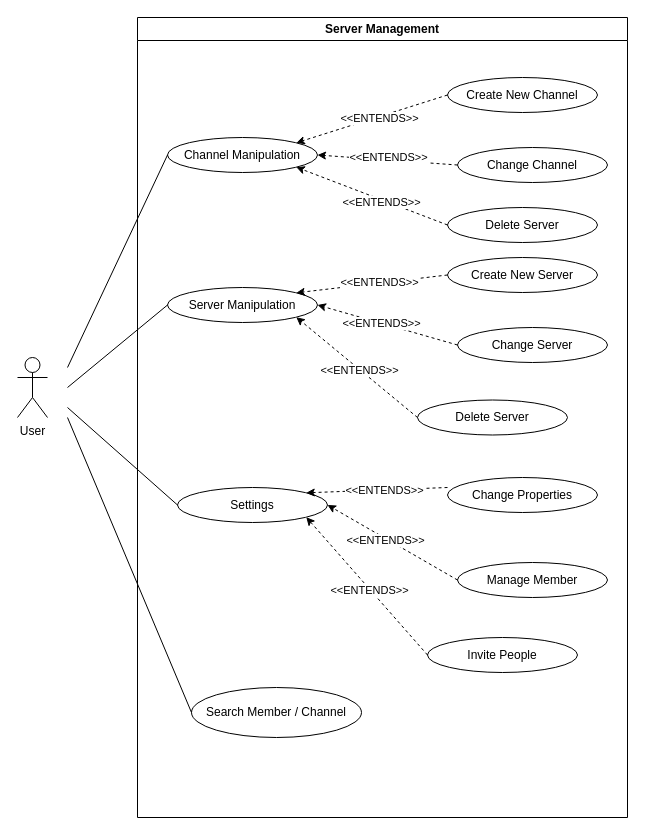
This is Usecase Diagram/Server Management.drawio from Harshul1484/BMP-, a draw.io file, before an edit. Source tidied: cells renumbered, new cells numbered last; positions are measured from the earlier drawing's top-left corner, leaving out a move shared by most shapes. Both pictures are drawn from the tidied source at 100%, with x=0, y=0 at pixel (17, 17).
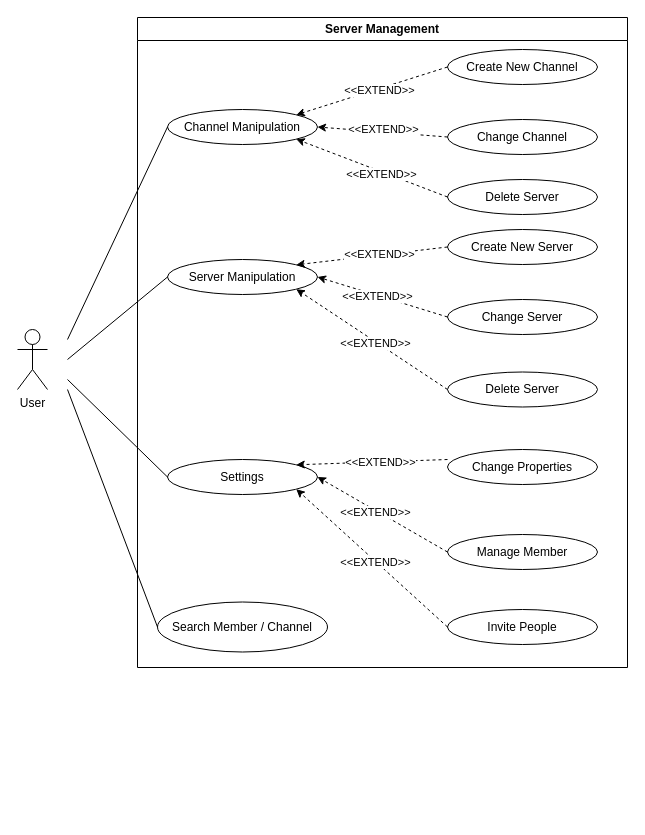
The same diagram, later.

Unchanged cells that the change refers to:
```xml
<mxCell id="16" style="endArrow=classic;html=1;rounded=0;exitX=0;exitY=0.5;exitDx=0;exitDy=0;entryX=1;entryY=0;entryDx=0;entryDy=0;dashed=1;" parent="2" edge="1" source="6" target="3">
  <mxGeometry relative="1" as="geometry" />
</mxCell>
<mxCell id="18" style="endArrow=classic;html=1;rounded=0;exitX=0;exitY=0.5;exitDx=0;exitDy=0;entryX=1;entryY=0.5;entryDx=0;entryDy=0;dashed=1;" parent="2" edge="1" source="7" target="3">
  <mxGeometry relative="1" as="geometry" />
</mxCell>
<mxCell id="20" style="endArrow=classic;html=1;rounded=0;exitX=0;exitY=0.5;exitDx=0;exitDy=0;entryX=1;entryY=1;entryDx=0;entryDy=0;dashed=1;" parent="2" edge="1" source="10" target="3">
  <mxGeometry relative="1" as="geometry" />
</mxCell>
<mxCell id="22" style="endArrow=classic;html=1;rounded=0;exitX=0;exitY=0.5;exitDx=0;exitDy=0;entryX=1;entryY=0;entryDx=0;entryDy=0;dashed=1;" parent="2" edge="1" source="8" target="4">
  <mxGeometry relative="1" as="geometry" />
</mxCell>
<mxCell id="24" style="endArrow=classic;html=1;rounded=0;exitX=0;exitY=0.5;exitDx=0;exitDy=0;entryX=1;entryY=0.5;entryDx=0;entryDy=0;dashed=1;" parent="2" edge="1" source="9" target="4">
  <mxGeometry relative="1" as="geometry" />
</mxCell>
<mxCell id="26" style="endArrow=classic;html=1;rounded=0;exitX=0;exitY=0.5;exitDx=0;exitDy=0;entryX=1;entryY=1;entryDx=0;entryDy=0;dashed=1;" parent="2" edge="1" source="11" target="4">
  <mxGeometry relative="1" as="geometry" />
</mxCell>
<mxCell id="28" style="endArrow=classic;html=1;rounded=0;exitX=0;exitY=0.286;exitDx=0;exitDy=0;exitPerimeter=0;entryX=1;entryY=0;entryDx=0;entryDy=0;dashed=1;" parent="2" edge="1" source="12" target="5">
  <mxGeometry relative="1" as="geometry" />
</mxCell>
<mxCell id="30" style="endArrow=classic;html=1;rounded=0;exitX=0;exitY=0.5;exitDx=0;exitDy=0;entryX=1;entryY=0.5;entryDx=0;entryDy=0;dashed=1;" parent="2" edge="1" source="13" target="5">
  <mxGeometry relative="1" as="geometry" />
</mxCell>
<mxCell id="32" style="endArrow=classic;html=1;rounded=0;exitX=0;exitY=0.5;exitDx=0;exitDy=0;entryX=1;entryY=1;entryDx=0;entryDy=0;dashed=1;" parent="2" edge="1" source="14" target="5">
  <mxGeometry relative="1" as="geometry" />
</mxCell>
```

The edit, as a diff of the source:
```diff
@@
-    <mxCell id="2" value="Server Management" style="swimlane;whiteSpace=wrap;html=1;" parent="1" vertex="1">
-      <mxGeometry x="120" width="490" height="800" as="geometry" />
+    <mxCell id="2" value="Server Management" style="swimlane;whiteSpace=wrap;html=1;fillColor=none;" parent="1" vertex="1">
+      <mxGeometry x="120" width="490" height="650" as="geometry" />
     </mxCell>
-    <mxCell id="3" value="Channel Manipulation" style="ellipse;whiteSpace=wrap;html=1;" parent="2" vertex="1">
-      <mxGeometry x="30" y="120" width="150" height="35" as="geometry" />
+    <mxCell id="3" value="Channel Manipulation" style="ellipse;whiteSpace=wrap;html=1;fillColor=none;" parent="2" vertex="1">
+      <mxGeometry x="30" y="92" width="150" height="35" as="geometry" />
     </mxCell>
-    <mxCell id="4" value="Server Manipulation" style="ellipse;whiteSpace=wrap;html=1;" parent="2" vertex="1">
-      <mxGeometry x="30" y="270" width="150" height="35" as="geometry" />
+    <mxCell id="4" value="Server Manipulation" style="ellipse;whiteSpace=wrap;html=1;fillColor=none;" parent="2" vertex="1">
+      <mxGeometry x="30" y="242" width="150" height="35" as="geometry" />
     </mxCell>
-    <mxCell id="5" value="Settings" style="ellipse;whiteSpace=wrap;html=1;" parent="2" vertex="1">
-      <mxGeometry x="40" y="470" width="150" height="35" as="geometry" />
+    <mxCell id="5" value="Settings" style="ellipse;whiteSpace=wrap;html=1;fillColor=none;" parent="2" vertex="1">
+      <mxGeometry x="30" y="442" width="150" height="35" as="geometry" />
     </mxCell>
-    <mxCell id="6" value="Create New Channel" style="ellipse;whiteSpace=wrap;html=1;" parent="2" vertex="1">
-      <mxGeometry x="310" y="60" width="150" height="35" as="geometry" />
+    <mxCell id="6" value="Create New Channel" style="ellipse;whiteSpace=wrap;html=1;fillColor=none;" parent="2" vertex="1">
+      <mxGeometry x="310" y="32" width="150" height="35" as="geometry" />
     </mxCell>
-    <mxCell id="7" value="Change Channel" style="ellipse;whiteSpace=wrap;html=1;" parent="2" vertex="1">
-      <mxGeometry x="320" y="130" width="150" height="35" as="geometry" />
+    <mxCell id="7" value="Change Channel" style="ellipse;whiteSpace=wrap;html=1;fillColor=none;" parent="2" vertex="1">
+      <mxGeometry x="310" y="102" width="150" height="35" as="geometry" />
     </mxCell>
-    <mxCell id="8" value="Create New Server" style="ellipse;whiteSpace=wrap;html=1;" parent="2" vertex="1">
-      <mxGeometry x="310" y="240" width="150" height="35" as="geometry" />
+    <mxCell id="8" value="Create New Server" style="ellipse;whiteSpace=wrap;html=1;fillColor=none;" parent="2" vertex="1">
+      <mxGeometry x="310" y="212" width="150" height="35" as="geometry" />
     </mxCell>
-    <mxCell id="9" value="Change Server" style="ellipse;whiteSpace=wrap;html=1;" parent="2" vertex="1">
-      <mxGeometry x="320" y="310" width="150" height="35" as="geometry" />
+    <mxCell id="9" value="Change Server" style="ellipse;whiteSpace=wrap;html=1;fillColor=none;" parent="2" vertex="1">
+      <mxGeometry x="310" y="282" width="150" height="35" as="geometry" />
     </mxCell>
-    <mxCell id="10" value="Delete Server" style="ellipse;whiteSpace=wrap;html=1;" parent="2" vertex="1">
-      <mxGeometry x="310" y="190" width="150" height="35" as="geometry" />
+    <mxCell id="10" value="Delete Server" style="ellipse;whiteSpace=wrap;html=1;fillColor=none;" parent="2" vertex="1">
+      <mxGeometry x="310" y="162" width="150" height="35" as="geometry" />
     </mxCell>
-    <mxCell id="11" value="Delete Server" style="ellipse;whiteSpace=wrap;html=1;" parent="2" vertex="1">
-      <mxGeometry x="280" y="382.5" width="150" height="35" as="geometry" />
+    <mxCell id="11" value="Delete Server" style="ellipse;whiteSpace=wrap;html=1;fillColor=none;" parent="2" vertex="1">
+      <mxGeometry x="310" y="354.5" width="150" height="35" as="geometry" />
     </mxCell>
-    <mxCell id="12" value="Change Properties" style="ellipse;whiteSpace=wrap;html=1;" parent="2" vertex="1">
-      <mxGeometry x="310" y="460" width="150" height="35" as="geometry" />
+    <mxCell id="12" value="Change Properties" style="ellipse;whiteSpace=wrap;html=1;fillColor=none;" parent="2" vertex="1">
+      <mxGeometry x="310" y="432" width="150" height="35" as="geometry" />
     </mxCell>
-    <mxCell id="13" value="Manage Member" style="ellipse;whiteSpace=wrap;html=1;" parent="2" vertex="1">
-      <mxGeometry x="320" y="545" width="150" height="35" as="geometry" />
+    <mxCell id="13" value="Manage Member" style="ellipse;whiteSpace=wrap;html=1;fillColor=none;" parent="2" vertex="1">
+      <mxGeometry x="310" y="517" width="150" height="35" as="geometry" />
     </mxCell>
-    <mxCell id="14" value="Invite People" style="ellipse;whiteSpace=wrap;html=1;" parent="2" vertex="1">
-      <mxGeometry x="290" y="620" width="150" height="35" as="geometry" />
+    <mxCell id="14" value="Invite People" style="ellipse;whiteSpace=wrap;html=1;fillColor=none;" parent="2" vertex="1">
+      <mxGeometry x="310" y="592" width="150" height="35" as="geometry" />
     </mxCell>
-    <mxCell id="15" value="Search Member / Channel" style="ellipse;whiteSpace=wrap;html=1;" parent="2" vertex="1">
-      <mxGeometry x="54" y="670" width="170" height="50" as="geometry" />
+    <mxCell id="15" value="Search Member / Channel" style="ellipse;whiteSpace=wrap;html=1;fillColor=none;" parent="2" vertex="1">
+      <mxGeometry x="20" y="584.5" width="170" height="50" as="geometry" />
     </mxCell>
@@
-    <mxCell id="17" value="&amp;lt;&amp;lt;ENTENDS&amp;gt;&amp;gt;" style="edgeLabel;html=1;align=center;verticalAlign=middle;" parent="16" vertex="1">
+    <mxCell id="17" value="&amp;lt;&amp;lt;EXTEND&amp;gt;&amp;gt;" style="edgeLabel;html=1;align=center;verticalAlign=middle;" parent="16" vertex="1">
       <mxGeometry x="-0.09" y="1" relative="1" as="geometry" />
     </mxCell>
@@
-    <mxCell id="19" value="&amp;lt;&amp;lt;ENTENDS&amp;gt;&amp;gt;" style="edgeLabel;html=1;align=center;verticalAlign=middle;" parent="18" vertex="1">
+    <mxCell id="19" value="&amp;lt;&amp;lt;EXTEND&amp;gt;&amp;gt;" style="edgeLabel;html=1;align=center;verticalAlign=middle;" parent="18" vertex="1">
       <mxGeometry y="-3" relative="1" as="geometry" />
     </mxCell>
@@
-    <mxCell id="21" value="&amp;lt;&amp;lt;ENTENDS&amp;gt;&amp;gt;" style="edgeLabel;html=1;align=center;verticalAlign=middle;" parent="20" vertex="1">
+    <mxCell id="21" value="&amp;lt;&amp;lt;EXTEND&amp;gt;&amp;gt;" style="edgeLabel;html=1;align=center;verticalAlign=middle;" parent="20" vertex="1">
       <mxGeometry x="-0.12" y="2" relative="1" as="geometry">
         <mxPoint x="1" as="offset" />
       </mxGeometry>
     </mxCell>
@@
-    <mxCell id="23" value="&amp;lt;&amp;lt;ENTENDS&amp;gt;&amp;gt;" style="edgeLabel;html=1;align=center;verticalAlign=middle;" parent="22" vertex="1">
+    <mxCell id="23" value="&amp;lt;&amp;lt;EXTEND&amp;gt;&amp;gt;" style="edgeLabel;html=1;align=center;verticalAlign=middle;" parent="22" vertex="1">
       <mxGeometry x="-0.09" y="-1" relative="1" as="geometry" />
     </mxCell>
@@
-    <mxCell id="25" value="&amp;lt;&amp;lt;ENTENDS&amp;gt;&amp;gt;" style="edgeLabel;html=1;align=center;verticalAlign=middle;" parent="24" vertex="1">
+    <mxCell id="25" value="&amp;lt;&amp;lt;EXTEND&amp;gt;&amp;gt;" style="edgeLabel;html=1;align=center;verticalAlign=middle;" parent="24" vertex="1">
       <mxGeometry x="0.08" relative="1" as="geometry">
         <mxPoint x="-1" as="offset" />
       </mxGeometry>
     </mxCell>
@@
-    <mxCell id="27" value="&amp;lt;&amp;lt;ENTENDS&amp;gt;&amp;gt;" style="edgeLabel;html=1;align=center;verticalAlign=middle;" parent="26" vertex="1">
+    <mxCell id="27" value="&amp;lt;&amp;lt;EXTEND&amp;gt;&amp;gt;" style="edgeLabel;html=1;align=center;verticalAlign=middle;" parent="26" vertex="1">
       <mxGeometry x="-0.05" y="1" relative="1" as="geometry" />
     </mxCell>
@@
-    <mxCell id="29" value="&amp;lt;&amp;lt;ENTENDS&amp;gt;&amp;gt;" style="edgeLabel;html=1;align=center;verticalAlign=middle;" parent="28" vertex="1">
+    <mxCell id="29" value="&amp;lt;&amp;lt;EXTEND&amp;gt;&amp;gt;" style="edgeLabel;html=1;align=center;verticalAlign=middle;" parent="28" vertex="1">
       <mxGeometry x="-0.1" relative="1" as="geometry" />
     </mxCell>
@@
-    <mxCell id="31" value="&amp;lt;&amp;lt;ENTENDS&amp;gt;&amp;gt;" style="edgeLabel;html=1;align=center;verticalAlign=middle;" parent="30" vertex="1">
+    <mxCell id="31" value="&amp;lt;&amp;lt;EXTEND&amp;gt;&amp;gt;" style="edgeLabel;html=1;align=center;verticalAlign=middle;" parent="30" vertex="1">
       <mxGeometry x="0.11" y="2" relative="1" as="geometry" />
     </mxCell>
@@
-    <mxCell id="33" value="&amp;lt;&amp;lt;ENTENDS&amp;gt;&amp;gt;" style="edgeLabel;html=1;align=center;verticalAlign=middle;" parent="32" vertex="1">
+    <mxCell id="33" value="&amp;lt;&amp;lt;EXTEND&amp;gt;&amp;gt;" style="edgeLabel;html=1;align=center;verticalAlign=middle;" parent="32" vertex="1">
       <mxGeometry x="-0.05" y="1" relative="1" as="geometry" />
     </mxCell>
-    <mxCell id="34" value="User" style="shape=umlActor;verticalLabelPosition=bottom;verticalAlign=top;html=1;" parent="1" vertex="1">
-      <mxGeometry y="340" width="30" height="60" as="geometry" />
+    <mxCell id="34" value="User" style="shape=umlActor;verticalLabelPosition=bottom;verticalAlign=top;html=1;fillColor=none;" parent="1" vertex="1">
+      <mxGeometry y="312" width="30" height="60" as="geometry" />
     </mxCell>
     <mxCell id="35" style="endArrow=none;html=1;rounded=0;entryX=0;entryY=0.5;entryDx=0;entryDy=0;" parent="1" edge="1" target="15">
       <mxGeometry relative="1" as="geometry">
-        <mxPoint x="50" y="400" as="sourcePoint" />
+        <mxPoint x="50" y="372" as="sourcePoint" />
       </mxGeometry>
     </mxCell>
     <mxCell id="36" style="endArrow=none;html=1;rounded=0;entryX=0;entryY=0.5;entryDx=0;entryDy=0;" parent="1" edge="1" target="5">
       <mxGeometry relative="1" as="geometry">
-        <mxPoint x="50" y="390" as="sourcePoint" />
+        <mxPoint x="50" y="362" as="sourcePoint" />
       </mxGeometry>
     </mxCell>
     <mxCell id="37" style="endArrow=none;html=1;rounded=0;entryX=0;entryY=0.5;entryDx=0;entryDy=0;" parent="1" edge="1" target="4">
       <mxGeometry relative="1" as="geometry">
-        <mxPoint x="50" y="370" as="sourcePoint" />
+        <mxPoint x="50" y="342" as="sourcePoint" />
       </mxGeometry>
     </mxCell>
     <mxCell id="38" style="endArrow=none;html=1;rounded=0;entryX=0;entryY=0.5;entryDx=0;entryDy=0;" parent="1" edge="1" target="3">
       <mxGeometry relative="1" as="geometry">
-        <mxPoint x="50" y="350" as="sourcePoint" />
+        <mxPoint x="50" y="322" as="sourcePoint" />
       </mxGeometry>
     </mxCell>
```
